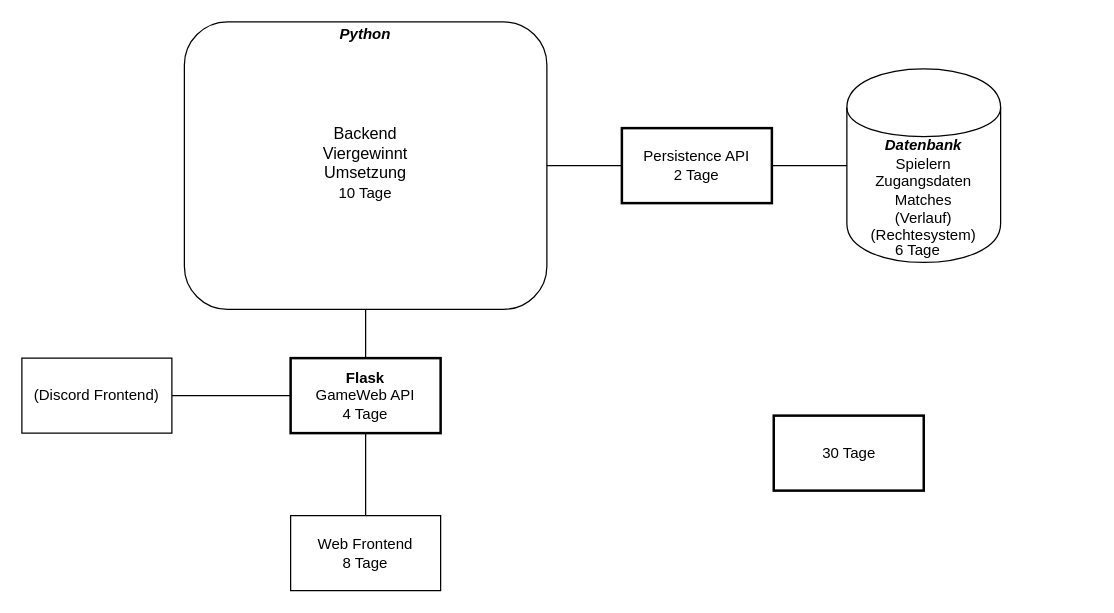
Before: page "Projekt Aufbau" (1 of 3) of Konzepte.drawio in ChroniclesOfTheRedeemed/VierGewinntLernFeld12, a draw.io diagram. Source tidied: cells renumbered, new cells numbered last; positions are measured from the earlier drawing's top-left corner, leaving out a move shared by most shapes. Both pictures are drawn from the tidied source at 125%, with x=0, y=0 at pixel (21, 21).
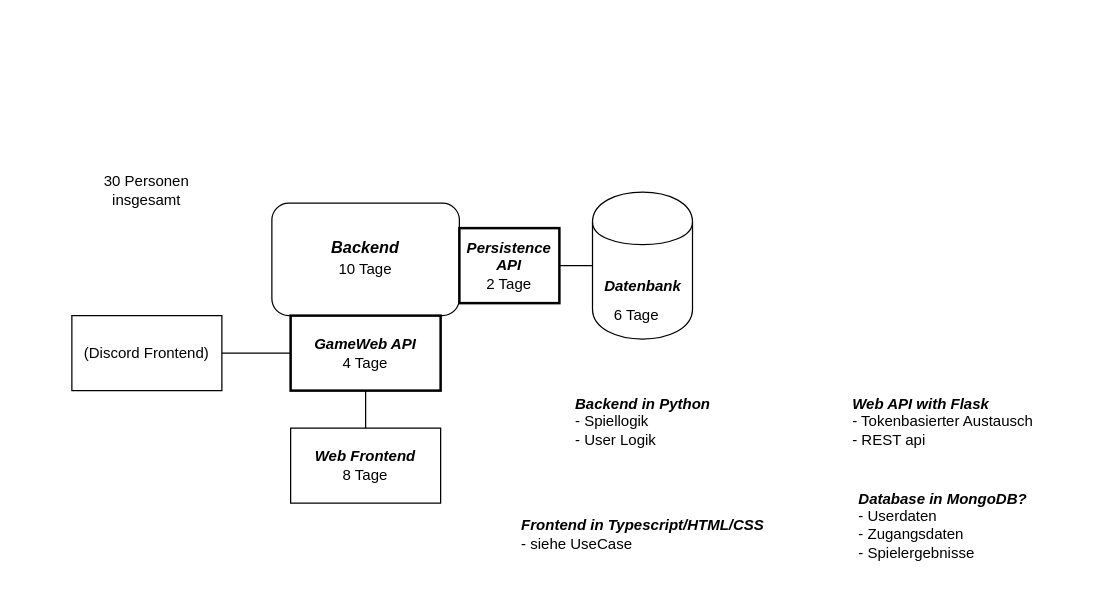
Above is the later version.

Commit message (it also covers changes not shown here):
concept usecase changes

The edit, as a diff of the source:
```diff
@@
 <mxGraphModel>
   <root>
     <mxCell id="0" />
     <mxCell id="1" parent="0" />
     <mxCell id="2" style="edgeStyle=orthogonalEdgeStyle;rounded=0;jettySize=auto;html=1;exitX=1;exitY=0.5;exitDx=0;exitDy=0;entryX=0;entryY=0.5;entryDx=0;entryDy=0;endArrow=none;endFill=0;" parent="1" edge="1" source="4" target="12">
       <mxGeometry relative="1" as="geometry" />
     </mxCell>
     <mxCell id="3" style="edgeStyle=orthogonalEdgeStyle;rounded=0;jettySize=auto;html=1;exitX=0.5;exitY=1;exitDx=0;exitDy=0;entryX=0.5;entryY=0;entryDx=0;entryDy=0;endArrow=none;endFill=0;" parent="1" edge="1" source="4" target="10">
       <mxGeometry relative="1" as="geometry" />
     </mxCell>
-    <mxCell id="4" value="&lt;br&gt;&lt;br&gt;&lt;br&gt;10 Tage" style="rounded=1;whiteSpace=wrap;html=1;" parent="1" vertex="1">
-      <mxGeometry x="130" width="290" height="230" as="geometry" />
+    <mxCell id="4" value="&lt;br&gt;10 Tage" style="rounded=1;whiteSpace=wrap;html=1;" parent="1" vertex="1">
+      <mxGeometry x="200" y="145" width="150" height="90" as="geometry" />
     </mxCell>
-    <mxCell id="5" value="&lt;b&gt;&lt;i&gt;Python&lt;/i&gt;&lt;/b&gt;" style="text;html=1;strokeColor=none;fillColor=none;align=center;verticalAlign=middle;whiteSpace=wrap;rounded=0;" parent="1" vertex="1">
-      <mxGeometry x="225" width="100" height="20" as="geometry" />
-    </mxCell>
-    <mxCell id="6" value="&lt;font style=&quot;font-size: 13px&quot;&gt;Backend Viergewinnt Umsetzung&lt;/font&gt;" style="text;html=1;strokeColor=none;fillColor=none;align=center;verticalAlign=middle;whiteSpace=wrap;rounded=0;" parent="1" vertex="1">
-      <mxGeometry x="230" y="95" width="90" height="20" as="geometry" />
+    <mxCell id="6" value="&lt;font style=&quot;font-size: 13px&quot;&gt;&lt;i&gt;&lt;b&gt;Backend&lt;/b&gt;&lt;/i&gt;&lt;/font&gt;" style="text;html=1;strokeColor=none;fillColor=none;align=center;verticalAlign=middle;whiteSpace=wrap;rounded=0;" parent="1" vertex="1">
+      <mxGeometry x="230" y="170" width="90" height="20" as="geometry" />
     </mxCell>
-    <mxCell id="7" value="&lt;i&gt;&lt;b&gt;Datenbank&lt;/b&gt;&lt;/i&gt;&lt;br&gt;Spielern&lt;br&gt;Zugangsdaten&lt;br&gt;Matches&lt;br&gt;(Verlauf)&lt;br&gt;(Rechtesystem)" style="shape=cylinder;whiteSpace=wrap;html=1;boundedLbl=1;backgroundOutline=1;" parent="1" vertex="1">
-      <mxGeometry x="660" y="37.5" width="123" height="155" as="geometry" />
+    <mxCell id="7" value="&lt;i&gt;&lt;b&gt;Datenbank&lt;/b&gt;&lt;/i&gt;&lt;br&gt;" style="shape=cylinder;whiteSpace=wrap;html=1;boundedLbl=1;backgroundOutline=1;" parent="1" vertex="1">
+      <mxGeometry x="456.5" y="136.2" width="80" height="117.5" as="geometry" />
     </mxCell>
     <mxCell id="8" style="edgeStyle=orthogonalEdgeStyle;rounded=0;jettySize=auto;html=1;exitX=0;exitY=0.5;exitDx=0;exitDy=0;entryX=1;entryY=0.5;entryDx=0;entryDy=0;endArrow=none;endFill=0;" parent="1" edge="1" source="10" target="13">
       <mxGeometry relative="1" as="geometry" />
     </mxCell>
     <mxCell id="9" style="edgeStyle=orthogonalEdgeStyle;rounded=0;jettySize=auto;html=1;exitX=0.5;exitY=1;exitDx=0;exitDy=0;entryX=0.5;entryY=0;entryDx=0;entryDy=0;endArrow=none;endFill=0;" parent="1" edge="1" source="10" target="14">
       <mxGeometry relative="1" as="geometry" />
     </mxCell>
-    <mxCell id="10" value="&lt;b&gt;Flask&lt;/b&gt;&lt;br&gt;GameWeb API&lt;br&gt;4 Tage" style="rounded=0;whiteSpace=wrap;html=1;strokeWidth=2;" parent="1" vertex="1">
-      <mxGeometry x="215" y="269" width="120" height="60" as="geometry" />
+    <mxCell id="10" value="&lt;b&gt;&lt;i&gt;GameWeb API&lt;/i&gt;&lt;/b&gt;&lt;br&gt;4 Tage" style="rounded=0;whiteSpace=wrap;html=1;strokeWidth=2;" parent="1" vertex="1">
+      <mxGeometry x="215" y="235" width="120" height="60" as="geometry" />
     </mxCell>
     <mxCell id="11" style="edgeStyle=orthogonalEdgeStyle;rounded=0;jettySize=auto;html=1;exitX=1;exitY=0.5;exitDx=0;exitDy=0;entryX=0;entryY=0.5;entryDx=0;entryDy=0;endArrow=none;endFill=0;" parent="1" edge="1" source="12" target="7">
       <mxGeometry relative="1" as="geometry" />
     </mxCell>
-    <mxCell id="12" value="Persistence API&lt;br&gt;2 Tage" style="rounded=0;whiteSpace=wrap;html=1;strokeWidth=2;" parent="1" vertex="1">
-      <mxGeometry x="480" y="85" width="120" height="60" as="geometry" />
+    <mxCell id="12" value="&lt;b&gt;&lt;i&gt;Persistence API&lt;/i&gt;&lt;/b&gt;&lt;br&gt;2 Tage" style="rounded=0;whiteSpace=wrap;html=1;strokeWidth=2;" parent="1" vertex="1">
+      <mxGeometry x="350" y="165" width="80" height="60" as="geometry" />
     </mxCell>
     <mxCell id="13" value="(Discord Frontend)" style="rounded=0;whiteSpace=wrap;html=1;" parent="1" vertex="1">
-      <mxGeometry y="269" width="120" height="60" as="geometry" />
+      <mxGeometry x="40" y="235" width="120" height="60" as="geometry" />
     </mxCell>
-    <mxCell id="14" value="Web Frontend&lt;br&gt;8 Tage" style="rounded=0;whiteSpace=wrap;html=1;" parent="1" vertex="1">
-      <mxGeometry x="215" y="395" width="120" height="60" as="geometry" />
+    <mxCell id="14" value="&lt;b&gt;&lt;i&gt;Web Frontend&lt;br&gt;&lt;/i&gt;&lt;/b&gt;8 Tage" style="rounded=0;whiteSpace=wrap;html=1;" parent="1" vertex="1">
+      <mxGeometry x="215" y="325" width="120" height="60" as="geometry" />
     </mxCell>
-    <mxCell id="15" value="30 Tage" style="rounded=0;whiteSpace=wrap;html=1;strokeWidth=2;" parent="1" vertex="1">
-      <mxGeometry x="601.5" y="315" width="120" height="60" as="geometry" />
+    <mxCell id="15" value="30 Personen insgesamt" style="rounded=0;whiteSpace=wrap;html=1;strokeWidth=2;strokeColor=#FFFFFF;" parent="1" vertex="1">
+      <mxGeometry x="40" y="105" width="120" height="60" as="geometry" />
     </mxCell>
     <mxCell id="16" value="6 Tage&lt;br&gt;" style="text;html=1;align=left;verticalAlign=top;spacingTop=-4;" parent="1" vertex="1">
-      <mxGeometry x="696.5" y="172.5" width="50" height="20" as="geometry" />
+      <mxGeometry x="471.5" y="225" width="50" height="20" as="geometry" />
     </mxCell>
+    <mxCell id="17" value="&lt;div style=&quot;text-align: left&quot;&gt;&lt;span&gt;&lt;b&gt;&lt;i&gt;Backend in Python&lt;/i&gt;&lt;/b&gt;&lt;/span&gt;&lt;/div&gt;&lt;div style=&quot;text-align: left&quot;&gt;&lt;span&gt;- Spiellogik&lt;/span&gt;&lt;/div&gt;&lt;div style=&quot;text-align: left&quot;&gt;&lt;span&gt;- &lt;/span&gt;&lt;span&gt;User Logik&lt;/span&gt;&lt;/div&gt;" style="rounded=0;whiteSpace=wrap;html=1;strokeColor=#FFFFFF;" parent="1" vertex="1">
+      <mxGeometry x="376.5" y="275" width="240" height="90" as="geometry" />
+    </mxCell>
+    <mxCell id="18" value="&lt;div style=&quot;text-align: left&quot;&gt;&lt;span&gt;&lt;b&gt;&lt;i&gt;Frontend in Typescript/HTML/CSS&lt;/i&gt;&lt;/b&gt;&lt;/span&gt;&lt;/div&gt;&lt;div style=&quot;text-align: left&quot;&gt;- siehe UseCase&lt;/div&gt;" style="rounded=0;whiteSpace=wrap;html=1;strokeColor=#FFFFFF;" parent="1" vertex="1">
+      <mxGeometry x="376.5" y="365" width="240" height="90" as="geometry" />
+    </mxCell>
+    <mxCell id="19" value="&lt;div style=&quot;text-align: left&quot;&gt;&lt;span&gt;&lt;b&gt;&lt;i&gt;Database in MongoDB?&lt;/i&gt;&lt;/b&gt;&lt;/span&gt;&lt;/div&gt;&lt;div style=&quot;text-align: left&quot;&gt;&lt;span&gt;- Userdaten&lt;/span&gt;&lt;/div&gt;&lt;div style=&quot;text-align: left&quot;&gt;&lt;span&gt;- Zugangsdaten&lt;/span&gt;&lt;/div&gt;&lt;div style=&quot;text-align: left&quot;&gt;&lt;span&gt;- Spielergebnisse&lt;/span&gt;&lt;/div&gt;&lt;div style=&quot;text-align: left&quot;&gt;&lt;span&gt;&lt;br&gt;&lt;/span&gt;&lt;/div&gt;" style="rounded=0;whiteSpace=wrap;html=1;strokeColor=#FFFFFF;" parent="1" vertex="1">
+      <mxGeometry x="616.5" y="365" width="240" height="90" as="geometry" />
+    </mxCell>
+    <mxCell id="20" value="&lt;div style=&quot;text-align: left&quot;&gt;&lt;span&gt;&lt;b&gt;&lt;i&gt;Web API with Flask&lt;/i&gt;&lt;/b&gt;&lt;/span&gt;&lt;/div&gt;&lt;div style=&quot;text-align: left&quot;&gt;- Tokenbasierter Austausch&lt;/div&gt;&lt;div style=&quot;text-align: left&quot;&gt;- REST api&lt;/div&gt;" style="rounded=0;whiteSpace=wrap;html=1;strokeColor=#FFFFFF;" parent="1" vertex="1">
+      <mxGeometry x="616.5" y="275" width="240" height="90" as="geometry" />
+    </mxCell>
   </root>
 </mxGraphModel>
```
